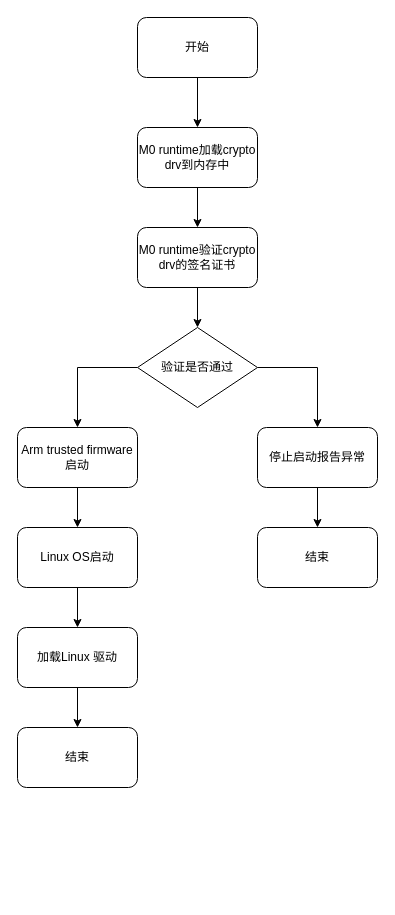
This is page "Page-2" (2 of 4) of soft_kuangtu.drawio from d5c5ceb0/draw_io, a draw.io file, before an edit. Source tidied: cells renumbered, new cells numbered last; positions are measured from the earlier drawing's top-left corner, leaving out a move shared by most shapes. Both pictures are drawn from the tidied source at 100%, with x=0, y=0 at pixel (17, 17).
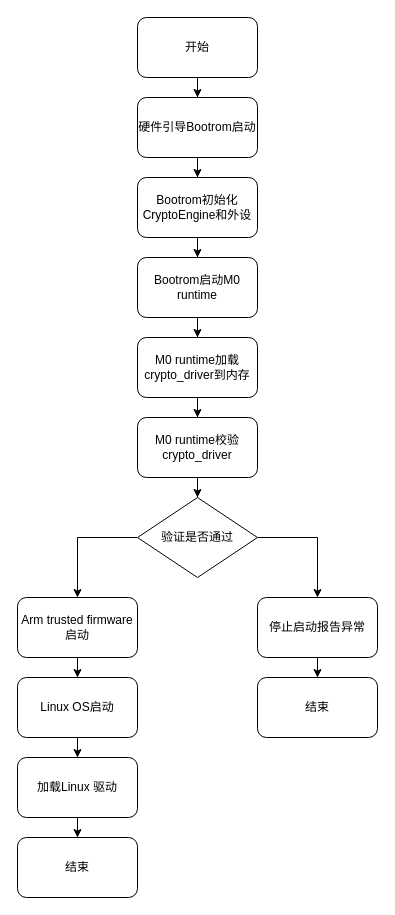
The same page after the edit.

Unchanged cells that the change refers to:
```xml
<mxCell id="18" value="开始" style="rounded=1;whiteSpace=wrap;html=1;" parent="1" vertex="1">
  <mxGeometry x="120" width="120" height="60" as="geometry" />
</mxCell>
```

What changed in the source:
```diff
@@
-    <mxCell id="3" value="M0 runtime加载crypto drv到内存中" style="rounded=1;whiteSpace=wrap;html=1;" parent="1" vertex="1">
-      <mxGeometry x="120" y="110" width="120" height="60" as="geometry" />
+    <mxCell id="3" value="M0 runtime加载crypto_driver到内存" style="rounded=1;whiteSpace=wrap;html=1;" parent="1" vertex="1">
+      <mxGeometry x="120" y="320" width="120" height="60" as="geometry" />
     </mxCell>
@@
-    <mxCell id="5" value="M0 runtime验证crypto drv的签名证书" style="rounded=1;whiteSpace=wrap;html=1;" parent="1" vertex="1">
-      <mxGeometry x="120" y="210" width="120" height="60" as="geometry" />
+    <mxCell id="5" value="M0 runtime校验crypto_driver" style="rounded=1;whiteSpace=wrap;html=1;" parent="1" vertex="1">
+      <mxGeometry x="120" y="400" width="120" height="60" as="geometry" />
     </mxCell>
@@
     <mxCell id="8" value="验证是否通过" style="rhombus;whiteSpace=wrap;html=1;" parent="1" vertex="1">
-      <mxGeometry x="120" y="310" width="120" height="80" as="geometry" />
+      <mxGeometry x="120" y="480" width="120" height="80" as="geometry" />
     </mxCell>
@@
     <mxCell id="10" value="停止启动报告异常" style="rounded=1;whiteSpace=wrap;html=1;" parent="1" vertex="1">
-      <mxGeometry x="240" y="410" width="120" height="60" as="geometry" />
+      <mxGeometry x="240" y="580" width="120" height="60" as="geometry" />
     </mxCell>
@@
     <mxCell id="12" value="Arm trusted firmware启动" style="rounded=1;whiteSpace=wrap;html=1;" parent="1" vertex="1">
-      <mxGeometry y="410" width="120" height="60" as="geometry" />
+      <mxGeometry y="580" width="120" height="60" as="geometry" />
     </mxCell>
@@
     <mxCell id="14" value="Linux OS启动" style="rounded=1;whiteSpace=wrap;html=1;" parent="1" vertex="1">
-      <mxGeometry y="510" width="120" height="60" as="geometry" />
+      <mxGeometry y="660" width="120" height="60" as="geometry" />
     </mxCell>
@@
     <mxCell id="16" value="加载Linux 驱动" style="rounded=1;whiteSpace=wrap;html=1;" parent="1" vertex="1">
-      <mxGeometry y="610" width="120" height="60" as="geometry" />
+      <mxGeometry y="740" width="120" height="60" as="geometry" />
     </mxCell>
-    <mxCell id="17" style="edgeStyle=orthogonalEdgeStyle;rounded=0;jettySize=auto;html=1;" parent="1" edge="1" source="18" target="3">
-      <mxGeometry relative="1" as="geometry" />
-    </mxCell>
+    <mxCell id="21" style="edgeStyle=orthogonalEdgeStyle;rounded=0;jettySize=auto;html=1;" parent="1" edge="1" source="18" target="23">
+      <mxGeometry relative="1" as="geometry" />
+    </mxCell>
@@
     <mxCell id="19" value="结束" style="whiteSpace=wrap;html=1;rounded=1;" parent="1" vertex="1">
-      <mxGeometry x="240" y="510" width="120" height="60" as="geometry" />
+      <mxGeometry x="240" y="660" width="120" height="60" as="geometry" />
     </mxCell>
     <mxCell id="20" value="结束" style="whiteSpace=wrap;html=1;rounded=1;" parent="1" vertex="1">
-      <mxGeometry y="710" width="120" height="60" as="geometry" />
+      <mxGeometry y="820" width="120" height="60" as="geometry" />
     </mxCell>
+    <mxCell id="22" style="edgeStyle=orthogonalEdgeStyle;rounded=0;jettySize=auto;html=1;" parent="1" edge="1" source="23" target="25">
+      <mxGeometry relative="1" as="geometry" />
+    </mxCell>
+    <mxCell id="23" value="硬件引导Bootrom启动" style="rounded=1;whiteSpace=wrap;html=1;" parent="1" vertex="1">
+      <mxGeometry x="120" y="80" width="120" height="60" as="geometry" />
+    </mxCell>
+    <mxCell id="24" style="edgeStyle=orthogonalEdgeStyle;rounded=0;jettySize=auto;html=1;" parent="1" edge="1" source="25" target="27">
+      <mxGeometry relative="1" as="geometry" />
+    </mxCell>
+    <mxCell id="25" value="Bootrom初始化CryptoEngine和外设" style="rounded=1;whiteSpace=wrap;html=1;" parent="1" vertex="1">
+      <mxGeometry x="120" y="160" width="120" height="60" as="geometry" />
+    </mxCell>
+    <mxCell id="26" style="edgeStyle=orthogonalEdgeStyle;rounded=0;jettySize=auto;html=1;" parent="1" edge="1" source="27" target="3">
+      <mxGeometry relative="1" as="geometry" />
+    </mxCell>
+    <mxCell id="27" value="Bootrom启动M0 runtime" style="rounded=1;whiteSpace=wrap;html=1;" parent="1" vertex="1">
+      <mxGeometry x="120" y="240" width="120" height="60" as="geometry" />
+    </mxCell>
```
